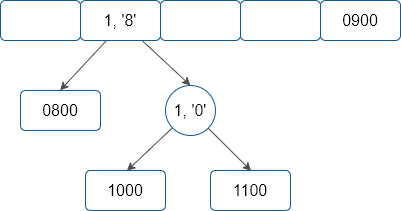
The draw.io diagram public/img/tabela-hash4.png in jadefr/portfolio, before a commit. Source tidied: cells renumbered, new cells last; positions are measured from the earlier drawing's top-left corner, leaving out a move shared by most shapes.
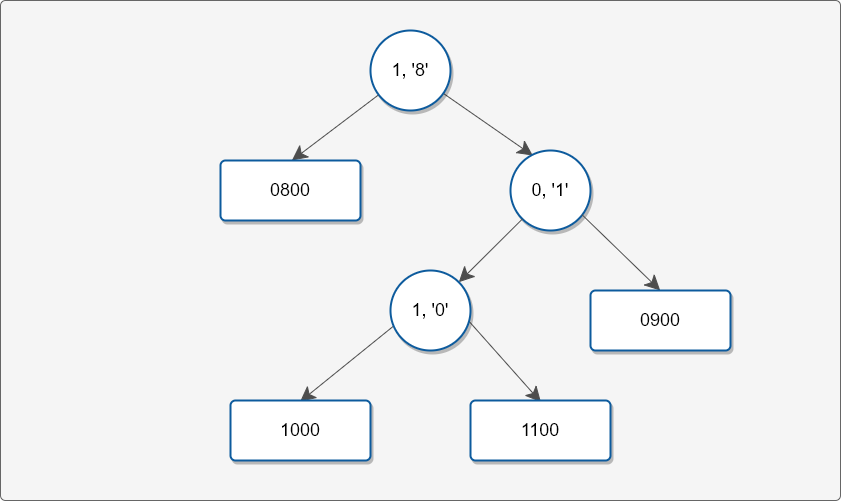
Later version of the same file.

The edit, as a diff of the source:
```diff
@@ -2,44 +2,51 @@
   <root>
     <mxCell id="0" />
     <mxCell id="1" parent="0" />
+    <mxCell id="15" style="html=1;shadow=0;dashed=0;shape=mxgraph.bootstrap.rrect;rSize=5;strokeColor=#666666;align=center;fontSize=18;whiteSpace=wrap;fillColor=#f5f5f5;fontColor=#333333;" parent="1" vertex="1">
+      <mxGeometry x="-280" y="-270" width="840" height="500" as="geometry" />
+    </mxCell>
+    <mxCell id="4" style="rounded=1;jettySize=auto;html=1;strokeColor=#4D4D4D;entryX=0.51;entryY=0;entryDx=0;entryDy=0;entryPerimeter=0;fontSize=18;endSize=13;fontColor=#887456;" parent="1" edge="1" source="6" target="2">
+      <mxGeometry relative="1" as="geometry" />
+    </mxCell>
+    <mxCell id="16" style="edgeStyle=none;rounded=1;jettySize=auto;html=1;entryX=0.279;entryY=0.063;entryDx=0;entryDy=0;strokeColor=#4D4D4D;entryPerimeter=0;fontSize=18;endSize=13;fontColor=#887456;" parent="1" edge="1" source="6" target="17">
+      <mxGeometry relative="1" as="geometry" />
+    </mxCell>
+    <mxCell id="6" value="&lt;font style=&quot;font-size: 18px;&quot;&gt;1, '8'&lt;/font&gt;" style="ellipse;whiteSpace=wrap;html=1;strokeColor=#0D5B9D;fontSize=18;shadow=1;strokeWidth=2;" parent="1" vertex="1">
+      <mxGeometry x="90" y="-240" width="80" height="80" as="geometry" />
+    </mxCell>
-    <mxCell id="2" value="0800" style="html=1;shadow=0;dashed=0;shape=mxgraph.bootstrap.rrect;rSize=5;strokeColor=#0D5B9D;align=center;fontSize=16;whiteSpace=wrap;" parent="1" vertex="1">
-      <mxGeometry x="20" y="90" width="80" height="40" as="geometry" />
+    <mxCell id="2" value="0800" style="html=1;shadow=1;dashed=0;shape=mxgraph.bootstrap.rrect;rSize=5;strokeColor=#0D5B9D;align=center;fontSize=18;whiteSpace=wrap;strokeWidth=2;" parent="1" vertex="1">
+      <mxGeometry x="-60" y="-110" width="140" height="60" as="geometry" />
     </mxCell>
-    <mxCell id="3" style="html=1;shadow=0;dashed=0;shape=mxgraph.bootstrap.rrect;rSize=5;strokeColor=#0D5B9D;align=center;fontSize=16;whiteSpace=wrap;" parent="1" vertex="1">
-      <mxGeometry width="80" height="40" as="geometry" />
-    </mxCell>
-    <mxCell id="4" style="rounded=1;jettySize=auto;html=1;strokeColor=#4D4D4D;entryX=0.495;entryY=-0.003;entryDx=0;entryDy=0;entryPerimeter=0;exitX=0.322;exitY=1.006;exitDx=0;exitDy=0;exitPerimeter=0;" parent="1" edge="1" source="6" target="2">
-      <mxGeometry relative="1" as="geometry" />
-    </mxCell>
-    <mxCell id="5" style="edgeStyle=none;rounded=1;jettySize=auto;html=1;entryX=0.5;entryY=0;entryDx=0;entryDy=0;strokeColor=#4D4D4D;" parent="1" edge="1" source="6" target="12">
-      <mxGeometry relative="1" as="geometry" />
-    </mxCell>
-    <mxCell id="6" value="1, '8'" style="html=1;shadow=0;dashed=0;shape=mxgraph.bootstrap.rrect;rSize=5;strokeColor=#0D5B9D;align=center;fontSize=16;whiteSpace=wrap;" parent="1" vertex="1">
-      <mxGeometry x="80" width="80" height="40" as="geometry" />
-    </mxCell>
-    <mxCell id="7" style="html=1;shadow=0;dashed=0;shape=mxgraph.bootstrap.rrect;rSize=5;strokeColor=#0D5B9D;align=center;fontSize=16;whiteSpace=wrap;" parent="1" vertex="1">
-      <mxGeometry x="160" width="80" height="40" as="geometry" />
-    </mxCell>
-    <mxCell id="8" style="html=1;shadow=0;dashed=0;shape=mxgraph.bootstrap.rrect;rSize=5;strokeColor=#0D5B9D;align=center;fontSize=16;whiteSpace=wrap;" parent="1" vertex="1">
-      <mxGeometry x="240" width="80" height="40" as="geometry" />
-    </mxCell>
+    <mxCell id="17" value="&lt;font style=&quot;font-size: 18px;&quot;&gt;0, '1'&lt;/font&gt;" style="ellipse;whiteSpace=wrap;html=1;strokeColor=#0D5B9D;fontSize=18;shadow=1;strokeWidth=2;" parent="1" vertex="1">
+      <mxGeometry x="230" y="-120" width="80" height="80" as="geometry" />
+    </mxCell>
+    <mxCell id="18" style="rounded=1;jettySize=auto;html=1;strokeColor=#4D4D4D;fontSize=18;endSize=13;fontColor=#887456;" parent="1" edge="1" target="12">
+      <mxGeometry relative="1" as="geometry">
+        <mxPoint x="241.9" y="-51.5" as="sourcePoint" />
+      </mxGeometry>
+    </mxCell>
+    <mxCell id="19" style="edgeStyle=none;rounded=1;jettySize=auto;html=1;entryX=0.498;entryY=0;entryDx=0;entryDy=0;strokeColor=#4D4D4D;entryPerimeter=0;fontSize=18;endSize=13;fontColor=#887456;" parent="1" edge="1" target="9">
+      <mxGeometry relative="1" as="geometry">
+        <mxPoint x="301.7" y="-55.6" as="sourcePoint" />
+      </mxGeometry>
+    </mxCell>
-    <mxCell id="9" value="0900" style="html=1;shadow=0;dashed=0;shape=mxgraph.bootstrap.rrect;rSize=5;strokeColor=#0D5B9D;align=center;fontSize=16;whiteSpace=wrap;" parent="1" vertex="1">
-      <mxGeometry x="320" width="80" height="40" as="geometry" />
+    <mxCell id="9" value="0900" style="html=1;shadow=1;dashed=0;shape=mxgraph.bootstrap.rrect;rSize=5;strokeColor=#0D5B9D;align=center;fontSize=18;whiteSpace=wrap;strokeWidth=2;" parent="1" vertex="1">
+      <mxGeometry x="310" y="20" width="140" height="60" as="geometry" />
     </mxCell>
-    <mxCell id="10" style="edgeStyle=none;rounded=1;jettySize=auto;html=1;entryX=0.518;entryY=0.01;entryDx=0;entryDy=0;entryPerimeter=0;strokeColor=#4D4D4D;" parent="1" edge="1" source="12" target="13">
+    <mxCell id="10" style="edgeStyle=none;rounded=1;jettySize=auto;html=1;entryX=0.497;entryY=0.02;entryDx=0;entryDy=0;entryPerimeter=0;strokeColor=#4D4D4D;exitX=0.045;exitY=0.689;exitDx=0;exitDy=0;exitPerimeter=0;fontSize=18;endSize=13;fontColor=#887456;" parent="1" edge="1" source="12" target="13">
       <mxGeometry relative="1" as="geometry" />
     </mxCell>
-    <mxCell id="11" style="edgeStyle=none;rounded=1;jettySize=auto;html=1;entryX=0.508;entryY=0.01;entryDx=0;entryDy=0;entryPerimeter=0;strokeColor=#4D4D4D;" parent="1" edge="1" source="12" target="14">
+    <mxCell id="11" style="edgeStyle=none;rounded=1;jettySize=auto;html=1;entryX=0.503;entryY=0.027;entryDx=0;entryDy=0;entryPerimeter=0;strokeColor=#4D4D4D;exitX=0.978;exitY=0.631;exitDx=0;exitDy=0;exitPerimeter=0;fontSize=18;endSize=13;fontColor=#887456;" parent="1" edge="1" source="12" target="14">
       <mxGeometry relative="1" as="geometry" />
     </mxCell>
-    <mxCell id="12" value="&lt;font style=&quot;font-size: 16px&quot;&gt;1, '0'&lt;/font&gt;" style="ellipse;whiteSpace=wrap;html=1;strokeColor=#0D5B9D;rotation=0;" parent="1" vertex="1">
-      <mxGeometry x="165" y="85" width="50" height="50" as="geometry" />
+    <mxCell id="12" value="&lt;font style=&quot;font-size: 18px;&quot;&gt;1, '0'&lt;/font&gt;" style="ellipse;whiteSpace=wrap;html=1;strokeColor=#0D5B9D;fontSize=18;shadow=1;strokeWidth=2;" parent="1" vertex="1">
+      <mxGeometry x="110" width="80" height="80" as="geometry" />
     </mxCell>
-    <mxCell id="13" value="1000" style="html=1;shadow=0;dashed=0;shape=mxgraph.bootstrap.rrect;rSize=5;strokeColor=#0D5B9D;align=center;fontSize=16;whiteSpace=wrap;" parent="1" vertex="1">
-      <mxGeometry x="85" y="170" width="80" height="40" as="geometry" />
+    <mxCell id="13" value="1000" style="html=1;shadow=1;dashed=0;shape=mxgraph.bootstrap.rrect;rSize=5;strokeColor=#0D5B9D;align=center;fontSize=18;whiteSpace=wrap;strokeWidth=2;" parent="1" vertex="1">
+      <mxGeometry x="-50" y="130" width="140" height="60" as="geometry" />
     </mxCell>
-    <mxCell id="14" value="1100" style="html=1;shadow=0;dashed=0;shape=mxgraph.bootstrap.rrect;rSize=5;strokeColor=#0D5B9D;align=center;fontSize=16;whiteSpace=wrap;" parent="1" vertex="1">
-      <mxGeometry x="210" y="170" width="80" height="40" as="geometry" />
+    <mxCell id="14" value="1100" style="html=1;shadow=1;dashed=0;shape=mxgraph.bootstrap.rrect;rSize=5;strokeColor=#0D5B9D;align=center;fontSize=18;whiteSpace=wrap;strokeWidth=2;" parent="1" vertex="1">
+      <mxGeometry x="190" y="130" width="140" height="60" as="geometry" />
     </mxCell>
   </root>
 </mxGraphModel>
```
